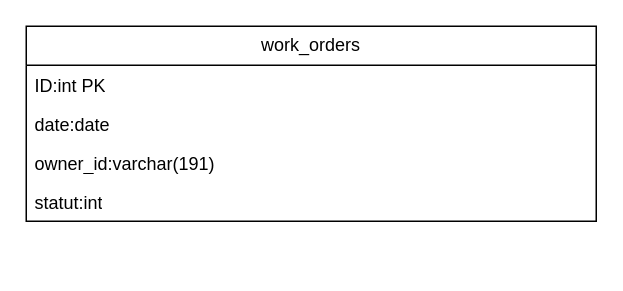
Earlier version of the draw.io diagram Expenses.drawio (antoineQualtech/DanswerFrontEnd-). Source tidied: cells renumbered, new cells numbered last; positions are measured from the earlier drawing's top-left corner, leaving out a move shared by most shapes. Both pictures are drawn from the tidied source at 150%, with x=0, y=0 at pixel (26, 26).
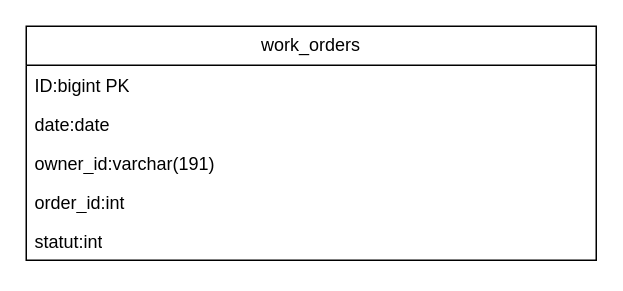
The same diagram, later.

Commit message (it also covers changes not shown here):
Mettre à jour Expenses.drawio

The edit, as a diff of the source:
```diff
@@
 <mxGraphModel>
   <root>
     <mxCell id="0" />
     <mxCell id="1" parent="0" />
     <mxCell id="2" value="work_orders" style="swimlane;fontStyle=0;horizontal=1;startSize=26;fillColor=none;whiteSpace=wrap;html=1;" parent="1" vertex="1">
-      <mxGeometry width="380" height="130" as="geometry" />
+      <mxGeometry width="380" height="156" as="geometry" />
     </mxCell>
-    <mxCell id="3" value="ID:int PK" style="text;strokeColor=none;fillColor=none;align=left;verticalAlign=top;spacingLeft=4;spacingRight=4;overflow=hidden;whiteSpace=wrap;html=1;" parent="2" vertex="1">
+    <mxCell id="3" value="ID:bigint PK" style="text;strokeColor=none;fillColor=none;align=left;verticalAlign=top;spacingLeft=4;spacingRight=4;overflow=hidden;whiteSpace=wrap;html=1;" parent="2" vertex="1">
       <mxGeometry y="26" width="380" height="26" as="geometry" />
     </mxCell>
     <mxCell id="4" value="date:date" style="text;strokeColor=none;fillColor=none;align=left;verticalAlign=top;spacingLeft=4;spacingRight=4;overflow=hidden;whiteSpace=wrap;html=1;" parent="2" vertex="1">
       <mxGeometry y="52" width="380" height="26" as="geometry" />
     </mxCell>
     <mxCell id="5" value="owner_id:varchar(191)" style="text;strokeColor=none;fillColor=none;align=left;verticalAlign=top;spacingLeft=4;spacingRight=4;overflow=hidden;whiteSpace=wrap;html=1;" parent="2" vertex="1">
       <mxGeometry y="78" width="380" height="26" as="geometry" />
     </mxCell>
+    <mxCell id="7" value="order_id:int" style="text;strokeColor=none;fillColor=none;align=left;verticalAlign=top;spacingLeft=4;spacingRight=4;overflow=hidden;whiteSpace=wrap;html=1;" parent="2" vertex="1">
+      <mxGeometry y="104" width="380" height="26" as="geometry" />
+    </mxCell>
     <mxCell id="6" value="statut:int" style="text;strokeColor=none;fillColor=none;align=left;verticalAlign=top;spacingLeft=4;spacingRight=4;overflow=hidden;whiteSpace=wrap;html=1;" parent="2" vertex="1">
-      <mxGeometry y="104" width="380" height="26" as="geometry" />
+      <mxGeometry y="130" width="380" height="26" as="geometry" />
     </mxCell>
   </root>
 </mxGraphModel>
```
